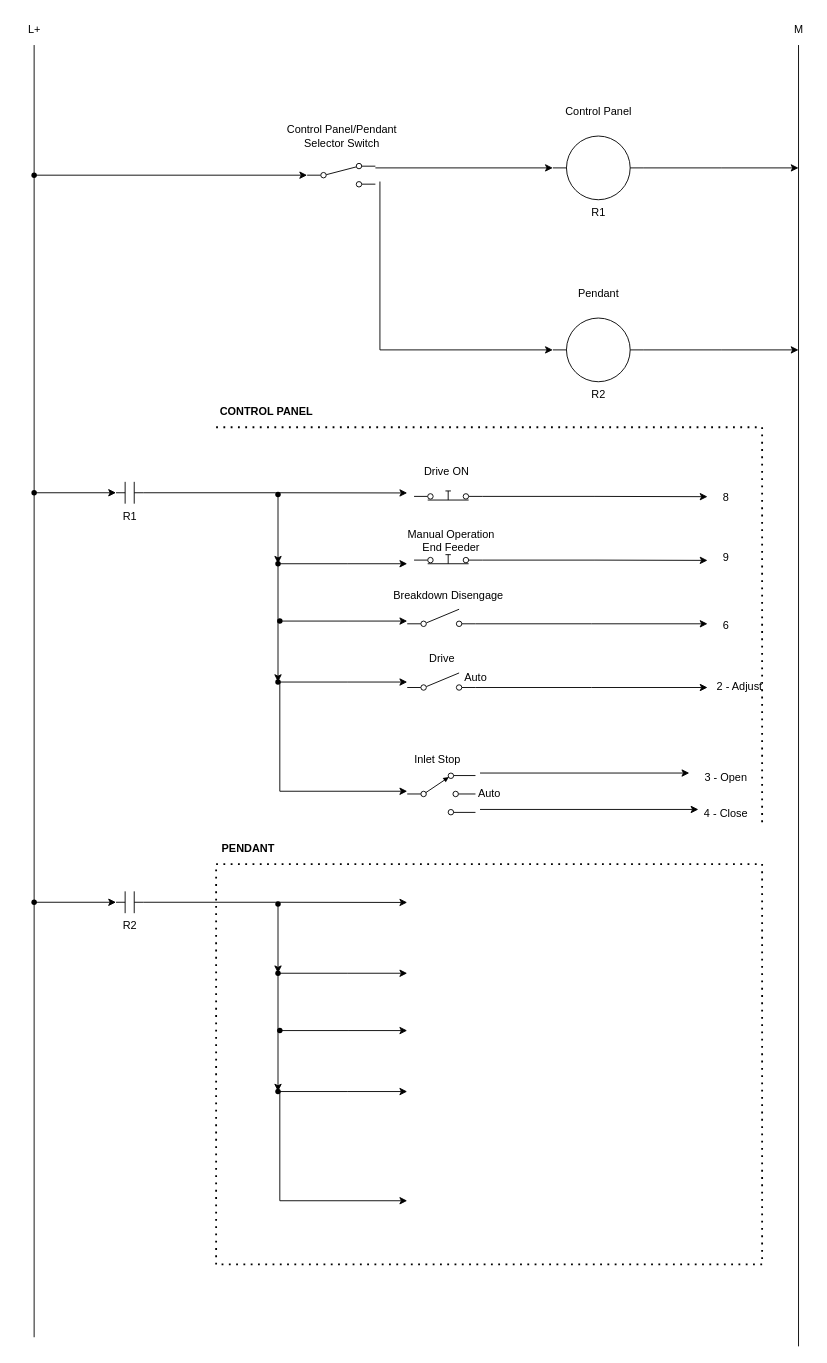
The draw.io diagram 176 Pendant.drawio in nicholas-carnie/Nicks-files, before the edit. Source tidied: cells renumbered, new cells numbered last; positions are measured from the earlier drawing's top-left corner, leaving out a move shared by most shapes. Both pictures are drawn from the tidied source at 91%, with x=0, y=0 at pixel (15, 15).
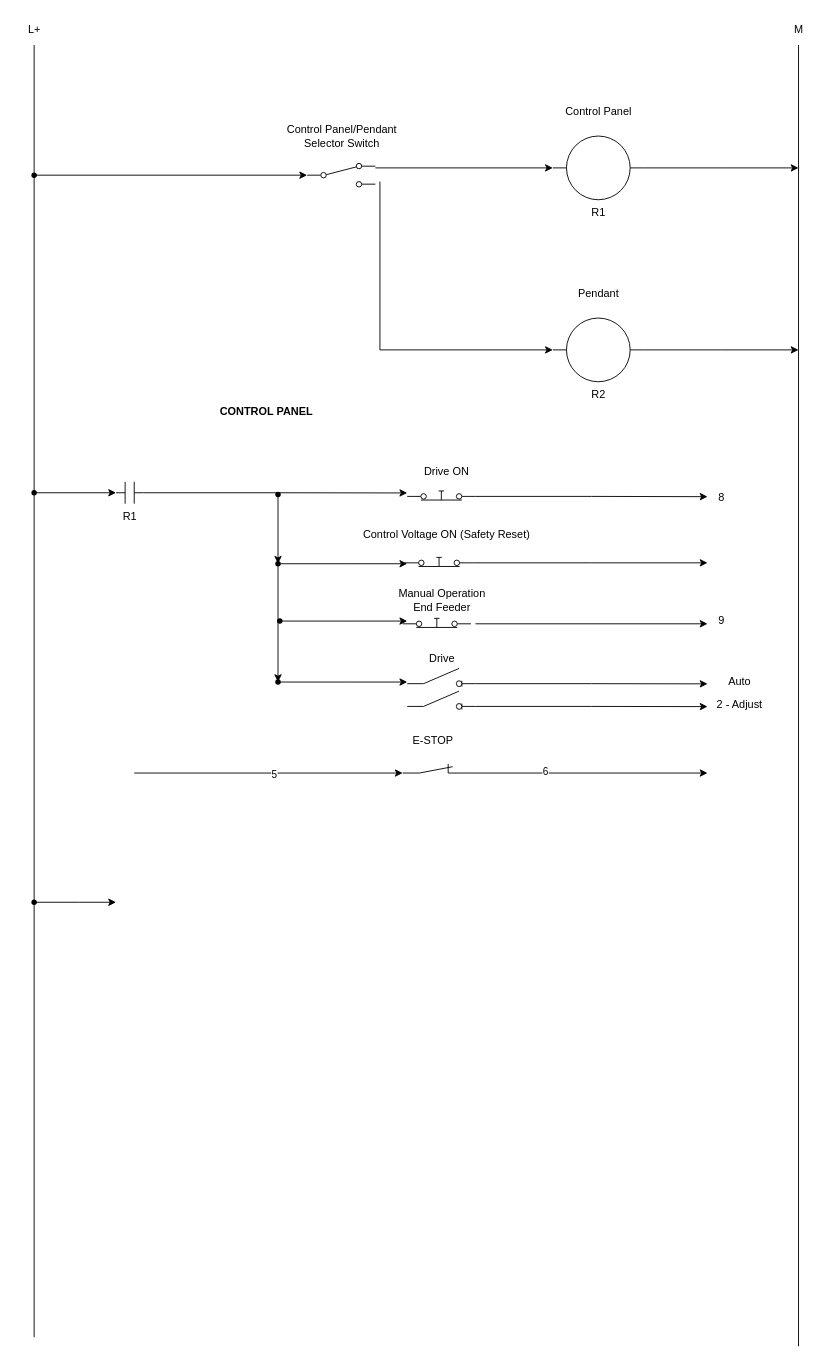
Above is the later version.

Unchanged cells that the change refers to:
```xml
<mxCell id="22" style="shape=waypoint;sketch=0;fillStyle=solid;size=6;points=[];fillColor=none;perimeter=centerPerimeter;snapToPoint=1;" parent="1" vertex="1">
  <mxGeometry x="278" y="722" width="20" height="20" as="geometry" />
</mxCell>
<mxCell id="53" style="shape=waypoint;sketch=0;fillStyle=solid;size=6;points=[];fillColor=none;perimeter=centerPerimeter;snapToPoint=1;" parent="1" vertex="1">
  <mxGeometry x="10" y="964" width="20" height="20" as="geometry" />
</mxCell>
```

Change to the diagram source:
```diff
@@
     <mxCell id="13" style="html=1;shape=mxgraph.electrical.electro-mechanical.pushbutton;elSwitchState=on;" parent="1" vertex="1">
-      <mxGeometry x="437.5" y="512" width="75" height="20" as="geometry" />
+      <mxGeometry x="430" y="512" width="75" height="20" as="geometry" />
     </mxCell>
-    <mxCell id="14" style="edgeStyle=orthogonalEdgeStyle;rounded=0;jettySize=auto;html=1;exitX=1;exitY=0.8;exitDx=0;exitDy=0;" parent="1" edge="1" source="15">
-      <mxGeometry relative="1" as="geometry">
-        <mxPoint x="760" y="598.3" as="targetPoint" />
-      </mxGeometry>
-    </mxCell>
+    <mxCell id="74" style="edgeStyle=orthogonalEdgeStyle;rounded=0;jettySize=auto;html=1;exitX=1;exitY=0.8;exitDx=0;exitDy=0;" parent="1" edge="1" source="15">
+      <mxGeometry relative="1" as="geometry">
+        <mxPoint x="760" y="601" as="targetPoint" />
+      </mxGeometry>
+    </mxCell>
     <mxCell id="15" style="html=1;shape=mxgraph.electrical.electro-mechanical.pushbutton;elSwitchState=on;" parent="1" vertex="1">
-      <mxGeometry x="437.5" y="582" width="75" height="20" as="geometry" />
+      <mxGeometry x="427.5" y="585" width="75" height="20" as="geometry" />
     </mxCell>
@@
-    <mxCell id="19" style="edgeStyle=orthogonalEdgeStyle;rounded=0;jettySize=auto;html=1;" parent="1" edge="1" source="22">
-      <mxGeometry relative="1" as="geometry">
-        <mxPoint x="430" y="852" as="targetPoint" />
-        <Array as="points">
-          <mxPoint x="290" y="732" />
-          <mxPoint x="290" y="852" />
-        </Array>
-      </mxGeometry>
-    </mxCell>
@@
-    <mxCell id="29" style="edgeStyle=orthogonalEdgeStyle;rounded=0;jettySize=auto;html=1;exitX=1;exitY=0.5;exitDx=0;exitDy=0;exitPerimeter=0;" parent="1" edge="1" source="30">
-      <mxGeometry relative="1" as="geometry">
-        <mxPoint x="430" y="974.2" as="targetPoint" />
-      </mxGeometry>
-    </mxCell>
-    <mxCell id="30" value="R2" style="verticalLabelPosition=bottom;shadow=0;dashed=0;align=center;html=1;verticalAlign=top;shape=mxgraph.electrical.electro-mechanical.relay_contacts;" parent="1" vertex="1">
-      <mxGeometry x="110" y="962" width="30" height="24" as="geometry" />
-    </mxCell>
-    <mxCell id="31" style="edgeStyle=orthogonalEdgeStyle;rounded=0;jettySize=auto;html=1;" parent="1" edge="1" source="34">
-      <mxGeometry relative="1" as="geometry">
-        <mxPoint x="430" y="1302" as="targetPoint" />
-        <Array as="points">
-          <mxPoint x="290" y="1182" />
-          <mxPoint x="290" y="1302" />
-        </Array>
-      </mxGeometry>
-    </mxCell>
-    <mxCell id="32" style="edgeStyle=orthogonalEdgeStyle;rounded=0;jettySize=auto;html=1;" parent="1" edge="1" source="38" target="34">
-      <mxGeometry relative="1" as="geometry" />
-    </mxCell>
-    <mxCell id="33" style="edgeStyle=orthogonalEdgeStyle;rounded=0;jettySize=auto;html=1;" parent="1" edge="1" source="34">
-      <mxGeometry relative="1" as="geometry">
-        <mxPoint x="430" y="1182" as="targetPoint" />
-      </mxGeometry>
-    </mxCell>
-    <mxCell id="34" style="shape=waypoint;sketch=0;fillStyle=solid;size=6;points=[];fillColor=none;perimeter=centerPerimeter;snapToPoint=1;" parent="1" vertex="1">
-      <mxGeometry x="278" y="1172" width="20" height="20" as="geometry" />
-    </mxCell>
-    <mxCell id="35" style="edgeStyle=orthogonalEdgeStyle;rounded=0;jettySize=auto;html=1;" parent="1" edge="1" source="36">
-      <mxGeometry relative="1" as="geometry">
-        <mxPoint x="430" y="1115" as="targetPoint" />
-      </mxGeometry>
-    </mxCell>
-    <mxCell id="36" style="shape=waypoint;sketch=0;fillStyle=solid;size=6;points=[];fillColor=none;perimeter=centerPerimeter;snapToPoint=1;" parent="1" vertex="1">
-      <mxGeometry x="280" y="1105" width="20" height="20" as="geometry" />
-    </mxCell>
-    <mxCell id="37" style="edgeStyle=orthogonalEdgeStyle;rounded=0;jettySize=auto;html=1;" parent="1" edge="1" source="38">
-      <mxGeometry relative="1" as="geometry">
-        <mxPoint x="430" y="1052" as="targetPoint" />
-      </mxGeometry>
-    </mxCell>
-    <mxCell id="38" style="shape=waypoint;sketch=0;fillStyle=solid;size=6;points=[];fillColor=none;perimeter=centerPerimeter;snapToPoint=1;" parent="1" vertex="1">
-      <mxGeometry x="278" y="1042" width="20" height="20" as="geometry" />
-    </mxCell>
-    <mxCell id="39" style="shape=waypoint;sketch=0;fillStyle=solid;size=6;points=[];fillColor=none;perimeter=centerPerimeter;snapToPoint=1;" parent="1" vertex="1">
-      <mxGeometry x="278" y="966" width="20" height="20" as="geometry" />
-    </mxCell>
-    <mxCell id="40" style="edgeStyle=orthogonalEdgeStyle;rounded=0;jettySize=auto;html=1;entryX=0.408;entryY=0.108;entryDx=0;entryDy=0;entryPerimeter=0;" parent="1" edge="1" source="39" target="38">
-      <mxGeometry relative="1" as="geometry" />
-    </mxCell>
@@
     <mxCell id="42" value="&lt;div&gt;Manual Operation&lt;/div&gt;End Feeder" style="text;html=1;align=center;verticalAlign=middle;strokeColor=none;fillColor=none;" parent="1" vertex="1">
-      <mxGeometry x="417.5" y="557" width="120" height="40" as="geometry" />
+      <mxGeometry x="407.5" y="622" width="120" height="40" as="geometry" />
     </mxCell>
-    <mxCell id="43" value="Inlet Stop" style="text;html=1;align=center;verticalAlign=middle;strokeColor=none;fillColor=none;" parent="1" vertex="1">
-      <mxGeometry x="427.5" y="802" width="70" height="30" as="geometry" />
-    </mxCell>
@@
-    <mxCell id="45" value="Breakdown Disengage" style="text;html=1;align=center;verticalAlign=middle;strokeColor=none;fillColor=none;" parent="1" vertex="1">
-      <mxGeometry x="405" y="622" width="140" height="30" as="geometry" />
-    </mxCell>
     <mxCell id="46" style="endArrow=none;html=1;rounded=0;" parent="1" edge="1">
       <mxGeometry relative="1" as="geometry">
-        <mxPoint x="20" y="1452" as="sourcePoint" />
+        <mxPoint x="20" y="832" as="sourcePoint" />
         <mxPoint x="20" y="32" as="targetPoint" />
       </mxGeometry>
     </mxCell>
@@
-    <mxCell id="54" style="edgeStyle=orthogonalEdgeStyle;rounded=0;jettySize=auto;html=1;entryX=0;entryY=0.5;entryDx=0;entryDy=0;entryPerimeter=0;" parent="1" edge="1" source="53" target="30">
-      <mxGeometry relative="1" as="geometry" />
+    <mxCell id="54" style="edgeStyle=orthogonalEdgeStyle;rounded=0;jettySize=auto;html=1;entryX=0;entryY=0.5;entryDx=0;entryDy=0;entryPerimeter=0;" parent="1" edge="1" source="53">
+      <mxGeometry relative="1" as="geometry">
+        <mxPoint x="110" y="974" as="targetPoint" />
+      </mxGeometry>
     </mxCell>
-    <mxCell id="55" style="endArrow=none;dashed=1;html=1;dashPattern=1 3;strokeWidth=2;rounded=0;" parent="1" edge="1">
-      <mxGeometry relative="1" as="geometry">
-        <mxPoint x="220" y="452" as="sourcePoint" />
-        <mxPoint x="820" y="892" as="targetPoint" />
-        <Array as="points">
-          <mxPoint x="820" y="452" />
-        </Array>
-      </mxGeometry>
-    </mxCell>
@@
-    <mxCell id="57" style="endArrow=none;dashed=1;html=1;dashPattern=1 3;strokeWidth=2;rounded=0;" parent="1" edge="1">
-      <mxGeometry relative="1" as="geometry">
-        <mxPoint x="220" y="932" as="sourcePoint" />
-        <mxPoint x="220" y="932" as="targetPoint" />
-        <Array as="points">
-          <mxPoint x="820" y="932" />
-          <mxPoint x="820" y="1372" />
-          <mxPoint x="220" y="1372" />
-        </Array>
-      </mxGeometry>
-    </mxCell>
-    <mxCell id="58" value="&lt;b&gt;PENDANT&lt;/b&gt;" style="text;html=1;align=center;verticalAlign=middle;strokeColor=none;fillColor=none;" parent="1" vertex="1">
-      <mxGeometry x="215" y="900" width="80" height="30" as="geometry" />
-    </mxCell>
-    <mxCell id="59" style="edgeStyle=orthogonalEdgeStyle;rounded=0;jettySize=auto;html=1;exitX=1;exitY=0.8;exitDx=0;exitDy=0;" parent="1" edge="1" source="60">
+    <mxCell id="59" style="edgeStyle=orthogonalEdgeStyle;rounded=0;orthogonalLoop=1;jettySize=auto;html=1;exitX=1;exitY=0.8;exitDx=0;exitDy=0;" parent="1" edge="1">
       <mxGeometry relative="1" as="geometry">
+        <mxPoint x="505" y="668" as="sourcePoint" />
         <mxPoint x="760" y="668" as="targetPoint" />
       </mxGeometry>
     </mxCell>
-    <mxCell id="60" style="html=1;shape=mxgraph.electrical.electro-mechanical.singleSwitch;elSwitchState=off;" parent="1" vertex="1">
-      <mxGeometry x="430" y="652" width="75" height="20" as="geometry" />
-    </mxCell>
-    <mxCell id="61" style="edgeStyle=orthogonalEdgeStyle;rounded=0;jettySize=auto;html=1;exitX=1;exitY=0.8;exitDx=0;exitDy=0;" parent="1" edge="1" source="62">
-      <mxGeometry relative="1" as="geometry">
-        <mxPoint x="760" y="738" as="targetPoint" />
-      </mxGeometry>
-    </mxCell>
-    <mxCell id="62" style="html=1;shape=mxgraph.electrical.electro-mechanical.singleSwitch;elSwitchState=off;" parent="1" vertex="1">
-      <mxGeometry x="430" y="722" width="75" height="20" as="geometry" />
-    </mxCell>
     <mxCell id="63" value="8" style="text;html=1;align=center;verticalAlign=middle;strokeColor=none;fillColor=none;" parent="1" vertex="1">
-      <mxGeometry x="765" y="514" width="30" height="30" as="geometry" />
+      <mxGeometry x="760" y="514" width="30" height="30" as="geometry" />
     </mxCell>
+    <mxCell id="66" value="2 - Adjust" style="text;html=1;align=center;verticalAlign=middle;strokeColor=none;fillColor=none;" parent="1" vertex="1">
+      <mxGeometry x="760" y="742" width="70" height="30" as="geometry" />
+    </mxCell>
+    <mxCell id="73" value="Auto" style="text;html=1;align=center;verticalAlign=middle;strokeColor=none;fillColor=none;" parent="1" vertex="1">
+      <mxGeometry x="770" y="717" width="50" height="30" as="geometry" />
+    </mxCell>
+    <mxCell id="75" style="edgeStyle=orthogonalEdgeStyle;rounded=0;jettySize=auto;html=1;exitX=1;exitY=0.84;exitDx=0;exitDy=0;" parent="1" edge="1" source="76">
+      <mxGeometry relative="1" as="geometry">
+        <mxPoint x="760" y="734" as="targetPoint" />
+      </mxGeometry>
+    </mxCell>
+    <mxCell id="76" style="html=1;shape=mxgraph.electrical.electro-mechanical.switchDisconnector;elSwitchState=off;" parent="1" vertex="1">
+      <mxGeometry x="430" y="717" width="75" height="20" as="geometry" />
+    </mxCell>
+    <mxCell id="77" style="edgeStyle=orthogonalEdgeStyle;rounded=0;jettySize=auto;html=1;exitX=1;exitY=0.84;exitDx=0;exitDy=0;" parent="1" edge="1" source="78">
+      <mxGeometry relative="1" as="geometry">
+        <mxPoint x="760" y="759" as="targetPoint" />
+      </mxGeometry>
+    </mxCell>
+    <mxCell id="78" style="html=1;shape=mxgraph.electrical.electro-mechanical.switchDisconnector;elSwitchState=off;" parent="1" vertex="1">
+      <mxGeometry x="430" y="742" width="75" height="20" as="geometry" />
+    </mxCell>
+    <mxCell id="79" style="html=1;shape=mxgraph.electrical.electro-mechanical.pushbutton;elSwitchState=on;" parent="1" vertex="1">
+      <mxGeometry x="425" y="652" width="75" height="20" as="geometry" />
+    </mxCell>
+    <mxCell id="80" value="Control Voltage ON (Safety Reset)" style="text;html=1;align=center;verticalAlign=middle;strokeColor=none;fillColor=none;" parent="1" vertex="1">
+      <mxGeometry x="367.5" y="555" width="210" height="30" as="geometry" />
+    </mxCell>
     <mxCell id="64" value="9" style="text;html=1;align=center;verticalAlign=middle;strokeColor=none;fillColor=none;" parent="1" vertex="1">
-      <mxGeometry x="765" y="580" width="30" height="30" as="geometry" />
+      <mxGeometry x="760" y="650" width="30" height="30" as="geometry" />
     </mxCell>
+    <mxCell id="81" style="verticalLabelPosition=bottom;shadow=0;dashed=0;align=center;html=1;verticalAlign=top;shape=mxgraph.electrical.electro-mechanical.break_contact;" parent="1" vertex="1">
+      <mxGeometry x="425" y="822" width="75" height="10" as="geometry" />
+    </mxCell>
+    <mxCell id="82" value="E-STOP" style="text;html=1;align=center;verticalAlign=middle;strokeColor=none;fillColor=none;" parent="1" vertex="1">
+      <mxGeometry x="422.5" y="782" width="70" height="30" as="geometry" />
+    </mxCell>
+    <mxCell id="83" style="endArrow=none;html=1;rounded=0;" parent="1" edge="1">
+      <mxGeometry relative="1" as="geometry">
+        <mxPoint x="20" y="1452" as="sourcePoint" />
+        <mxPoint x="20" y="832" as="targetPoint" />
+      </mxGeometry>
+    </mxCell>
+    <mxCell id="84" style="endArrow=classic;html=1;rounded=0;entryX=0;entryY=1;entryDx=0;entryDy=0;entryPerimeter=0;" parent="1" edge="1" target="81">
+      <mxGeometry relative="1" as="geometry">
+        <mxPoint x="130" y="832" as="sourcePoint" />
+      </mxGeometry>
+    </mxCell>
+    <mxCell id="85" value="5" style="edgeLabel;html=1;align=center;verticalAlign=middle;" parent="84" vertex="1">
+      <mxGeometry x="0.04" y="-1" relative="1" as="geometry" />
+    </mxCell>
+    <mxCell id="86" style="endArrow=classic;html=1;rounded=0;" parent="1" edge="1">
+      <mxGeometry relative="1" as="geometry">
+        <mxPoint x="500" y="832" as="sourcePoint" />
+        <mxPoint x="760" y="832" as="targetPoint" />
+      </mxGeometry>
+    </mxCell>
-    <mxCell id="65" value="6" style="text;html=1;align=center;verticalAlign=middle;strokeColor=none;fillColor=none;" parent="1" vertex="1">
-      <mxGeometry x="765" y="655" width="30" height="30" as="geometry" />
+    <mxCell id="65" value="6" style="edgeLabel;html=1;align=center;verticalAlign=middle;" parent="86" vertex="1">
+      <mxGeometry x="-0.38" y="2" relative="1" as="geometry" />
     </mxCell>
-    <mxCell id="66" value="2 - Adjust" style="text;html=1;align=center;verticalAlign=middle;strokeColor=none;fillColor=none;" parent="1" vertex="1">
-      <mxGeometry x="760" y="722" width="70" height="30" as="geometry" />
-    </mxCell>
-    <mxCell id="67" value="3 - Open" style="text;html=1;align=center;verticalAlign=middle;strokeColor=none;fillColor=none;" parent="1" vertex="1">
-      <mxGeometry x="745" y="822" width="70" height="30" as="geometry" />
-    </mxCell>
-    <mxCell id="68" value="4 - Close" style="text;html=1;align=center;verticalAlign=middle;strokeColor=none;fillColor=none;" parent="1" vertex="1">
-      <mxGeometry x="745" y="862" width="70" height="30" as="geometry" />
-    </mxCell>
-    <mxCell id="69" style="verticalLabelPosition=bottom;shadow=0;dashed=0;align=center;html=1;verticalAlign=top;shape=mxgraph.electrical.electro-mechanical.selectorSwitch3Position2;elSwitchState=1;" parent="1" vertex="1">
-      <mxGeometry x="430" y="832" width="75" height="46" as="geometry" />
-    </mxCell>
-    <mxCell id="70" style="endArrow=classic;html=1;rounded=0;" parent="1" edge="1">
-      <mxGeometry relative="1" as="geometry">
-        <mxPoint x="510" y="872" as="sourcePoint" />
-        <mxPoint x="750" y="872" as="targetPoint" />
-      </mxGeometry>
-    </mxCell>
-    <mxCell id="71" style="endArrow=classic;html=1;rounded=0;" parent="1" edge="1">
-      <mxGeometry relative="1" as="geometry">
-        <mxPoint x="510" y="832" as="sourcePoint" />
-        <mxPoint x="740" y="832" as="targetPoint" />
-      </mxGeometry>
-    </mxCell>
-    <mxCell id="72" value="Auto" style="text;html=1;align=center;verticalAlign=middle;strokeColor=none;fillColor=none;" parent="1" vertex="1">
-      <mxGeometry x="495" y="840" width="50" height="30" as="geometry" />
-    </mxCell>
-    <mxCell id="73" value="Auto" style="text;html=1;align=center;verticalAlign=middle;strokeColor=none;fillColor=none;" parent="1" vertex="1">
-      <mxGeometry x="480" y="712" width="50" height="30" as="geometry" />
-    </mxCell>
```
